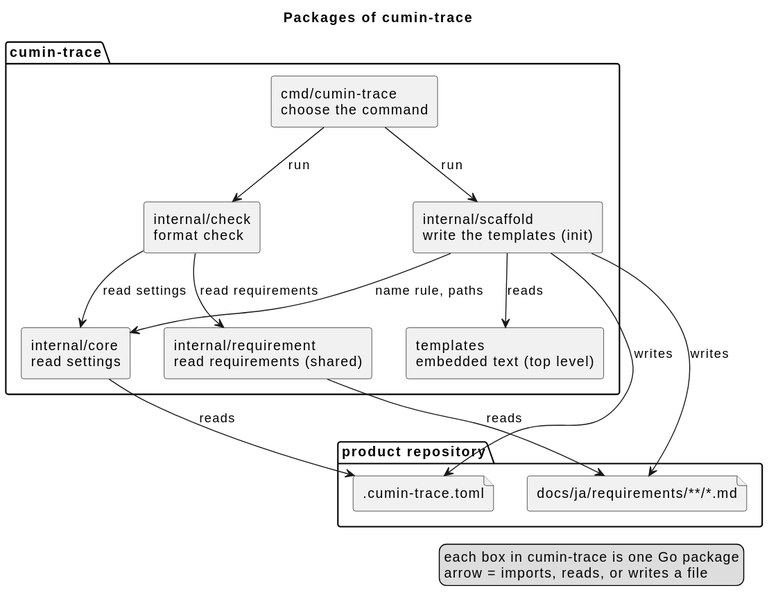
Before: docs/ja/architecture/overview.svg, a diagram exported from PlantUML (cloveclovedev/cumin-trace).
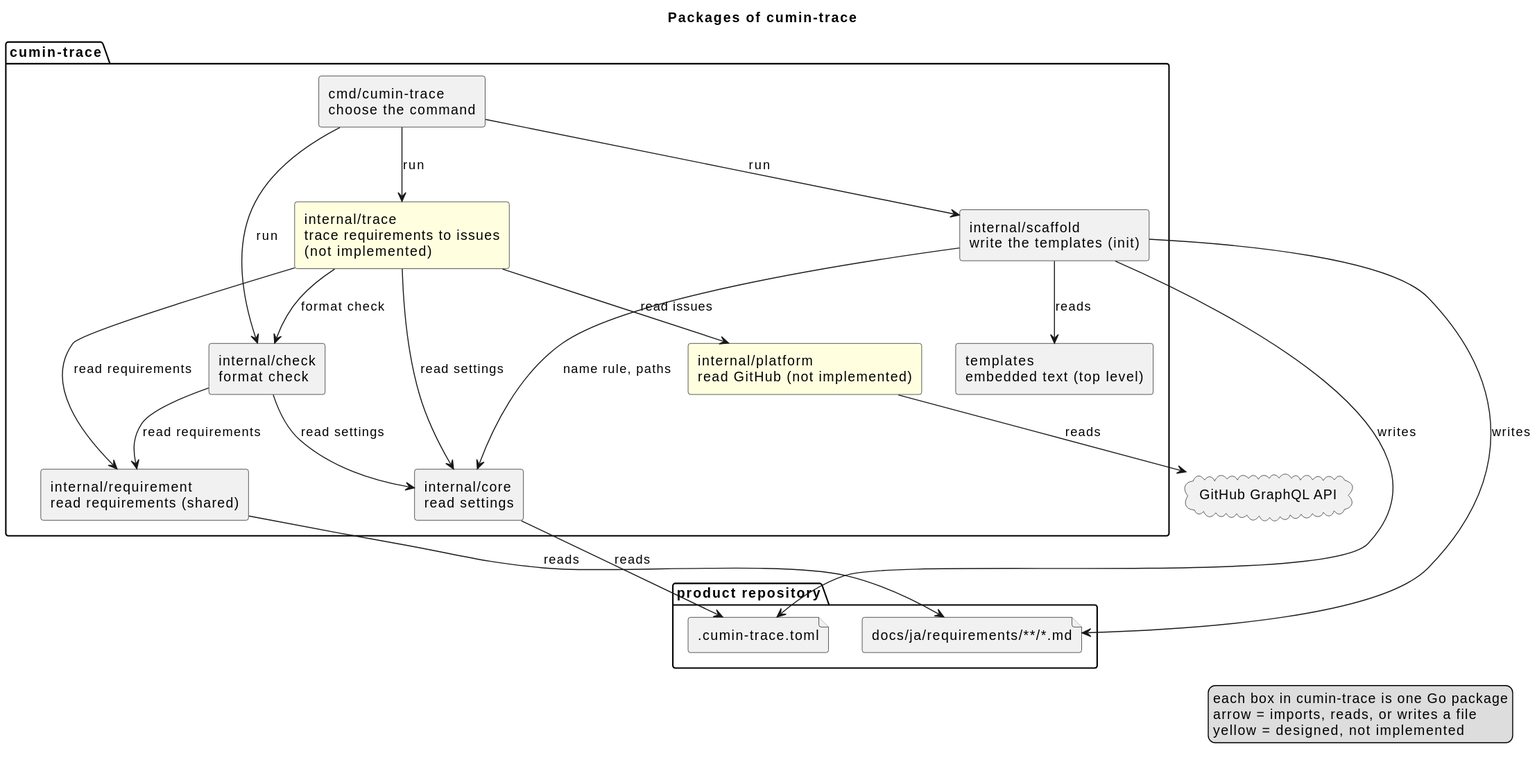
Above is the later version.

The edit, as a diff of the source:
```diff
@@ -15,10 +15,20 @@
   [internal/core\nread settings] as core
   [internal/scaffold\nwrite the templates (init)] as scaffold
   [templates\nembedded text (top level)] as templates
+  [internal/trace\ntrace requirements to issues\n(not implemented)] as trace #LightYellow
+  [internal/platform\nread GitHub (not implemented)] as platform #LightYellow
 }
+
+cloud "GitHub GraphQL API" as api
 
 cmd --> check : run
 cmd --> scaffold : run
+cmd --> trace : run
+trace --> check : format check
+trace --> requirement : read requirements
+trace --> core : read settings
+trace --> platform : read issues
+platform --> api : reads
 scaffold --> templates : reads
 scaffold --> core : name rule, paths
 scaffold --> toml : writes
@@ -31,5 +41,6 @@
 legend right
   each box in cumin-trace is one Go package
   arrow = imports, reads, or writes a file
+  yellow = designed, not implemented
 endlegend
 @enduml
```
